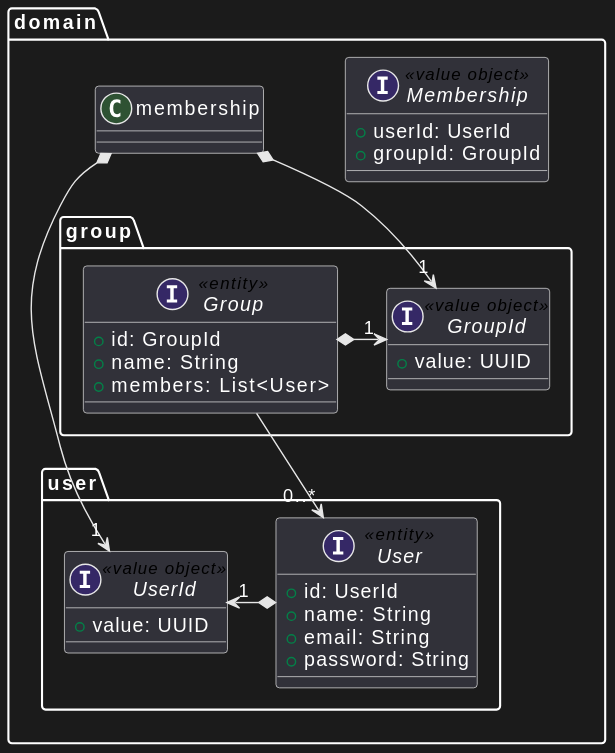
Earlier version of the PlantUML export res/user-group-service-structure-dark.svg (position-pal/position-pal.github.io). Source of this version:
```plantuml
@startuml
package domain {
  package user {
    interface User <<entity>> {
      + id: UserId
      + name: String
      + email: String
      + password: String
    }
    interface UserId <<value object>> {
      + value: UUID
    }
    User *-right-> "1" UserId
  }


  interface Membership <<value object>>{
    + userId: UserId
    + groupId: GroupId
  }

  package group {
    interface Group <<entity>> {
      + id: GroupId
      + name: String
      + members: List<User>
    }
    interface GroupId <<value object>> {
      + value: UUID
    }
    Group *-right-> "1" GroupId
    Group --> "0..*" User
  }

  membership *-down-> "1" UserId
  membership *-down-> "1" GroupId
}
@enduml
```
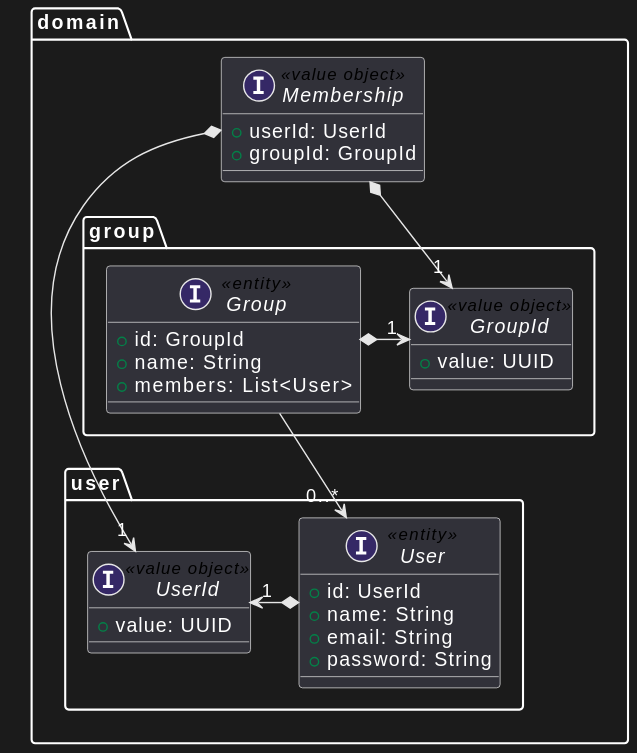
Later version of the same file.

Change to the diagram source:
```diff
@@ -32,7 +32,7 @@
     Group --> "0..*" User
   }
 
-  membership *-down-> "1" UserId
-  membership *-down-> "1" GroupId
+  Membership *-down-> "1" UserId
+  Membership *-down-> "1" GroupId
 }
 @enduml
```
